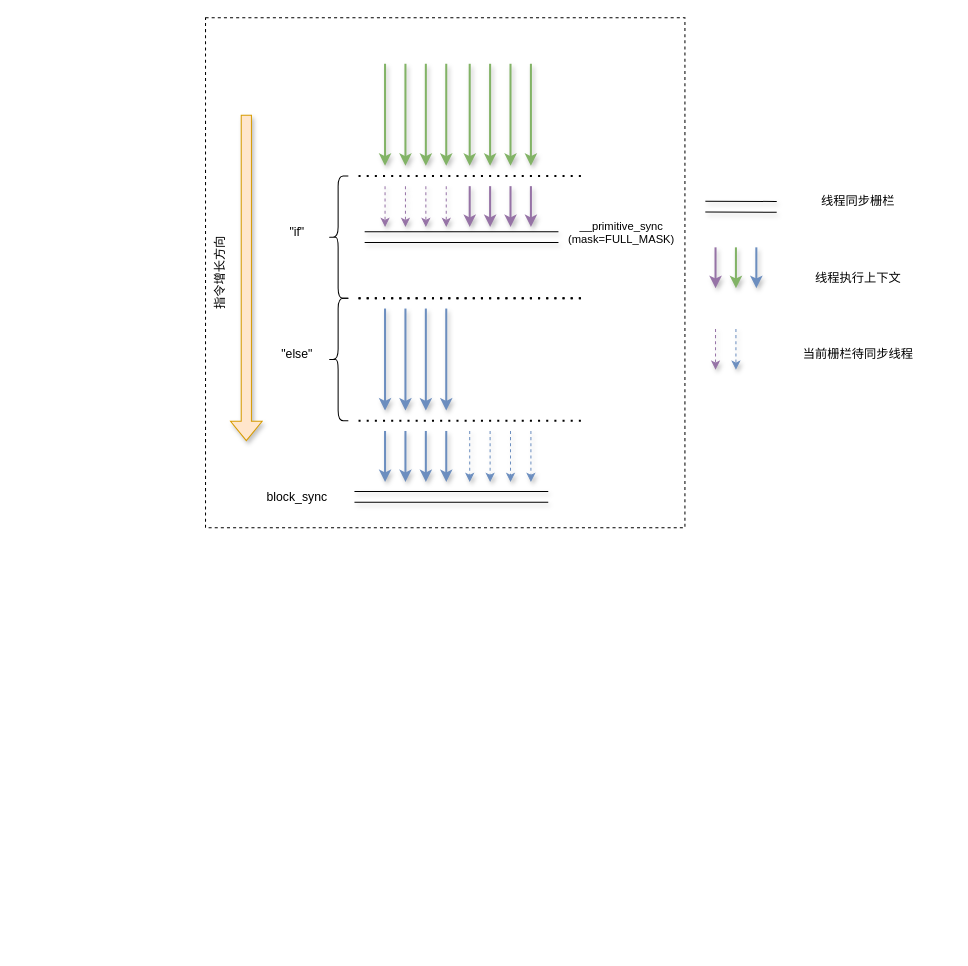
Earlier version of the draw.io diagram warp-divergence.drawio (spaceboy202105/img). Source tidied: cells renumbered, new cells numbered last; positions are measured from the earlier drawing's top-left corner, leaving out a move shared by most shapes. Both pictures are drawn from the tidied source at 102%, with x=0, y=0 at pixel (154, 17).
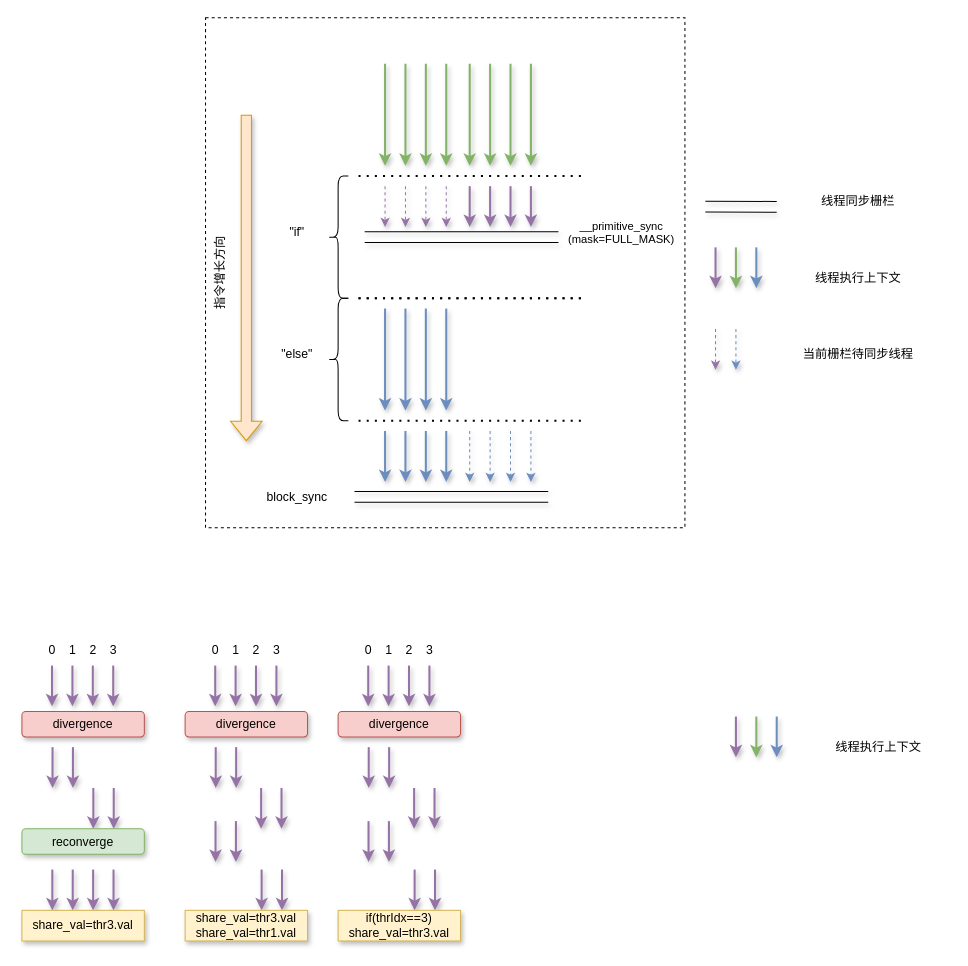
After the change.

The edit, as a diff of the source:
```diff
@@
+    <mxCell id="54" style="endArrow=classic;html=1;rounded=0;strokeWidth=2;fillColor=#e1d5e7;strokeColor=#9673a6;shadow=1;" parent="1" edge="1">
+      <mxGeometry relative="1" as="geometry">
+        <mxPoint x="570" y="685" as="sourcePoint" />
+        <mxPoint x="570" y="725" as="targetPoint" />
+      </mxGeometry>
+    </mxCell>
+    <mxCell id="55" style="endArrow=classic;html=1;rounded=0;strokeWidth=2;fillColor=#d5e8d4;strokeColor=#82b366;shadow=1;" parent="1" edge="1">
+      <mxGeometry relative="1" as="geometry">
+        <mxPoint x="590" y="685" as="sourcePoint" />
+        <mxPoint x="590" y="725" as="targetPoint" />
+      </mxGeometry>
+    </mxCell>
+    <mxCell id="56" style="endArrow=classic;html=1;rounded=0;strokeWidth=2;fillColor=#dae8fc;strokeColor=#6c8ebf;shadow=1;" parent="1" edge="1">
+      <mxGeometry relative="1" as="geometry">
+        <mxPoint x="610" y="685" as="sourcePoint" />
+        <mxPoint x="610" y="725" as="targetPoint" />
+      </mxGeometry>
+    </mxCell>
+    <mxCell id="57" value="线程执行上下文" style="text;html=1;align=center;verticalAlign=middle;whiteSpace=wrap;rounded=0;" parent="1" vertex="1">
+      <mxGeometry x="640" y="700" width="140" height="30" as="geometry" />
+    </mxCell>
+    <mxCell id="58" style="endArrow=classic;html=1;rounded=0;strokeWidth=2;fillColor=#e1d5e7;strokeColor=#9673a6;shadow=1;" parent="1" edge="1">
+      <mxGeometry relative="1" as="geometry">
+        <mxPoint x="-100.5" y="635" as="sourcePoint" />
+        <mxPoint x="-100.5" y="675" as="targetPoint" />
+      </mxGeometry>
+    </mxCell>
+    <mxCell id="59" style="endArrow=classic;html=1;rounded=0;strokeWidth=2;fillColor=#e1d5e7;strokeColor=#9673a6;shadow=1;" parent="1" edge="1">
+      <mxGeometry relative="1" as="geometry">
+        <mxPoint x="-80.5" y="635" as="sourcePoint" />
+        <mxPoint x="-80.5" y="675" as="targetPoint" />
+      </mxGeometry>
+    </mxCell>
+    <mxCell id="60" style="endArrow=classic;html=1;rounded=0;strokeWidth=2;fillColor=#e1d5e7;strokeColor=#9673a6;shadow=1;" parent="1" edge="1">
+      <mxGeometry relative="1" as="geometry">
+        <mxPoint x="-60.5" y="635" as="sourcePoint" />
+        <mxPoint x="-60.5" y="675" as="targetPoint" />
+      </mxGeometry>
+    </mxCell>
+    <mxCell id="61" style="endArrow=classic;html=1;rounded=0;strokeWidth=2;fillColor=#e1d5e7;strokeColor=#9673a6;shadow=1;" parent="1" edge="1">
+      <mxGeometry relative="1" as="geometry">
+        <mxPoint x="-40.5" y="635" as="sourcePoint" />
+        <mxPoint x="-40.5" y="675" as="targetPoint" />
+      </mxGeometry>
+    </mxCell>
+    <mxCell id="62" value="divergence" style="rounded=1;whiteSpace=wrap;html=1;fillColor=#f8cecc;strokeColor=#b85450;shadow=1;" parent="1" vertex="1">
+      <mxGeometry x="-130" y="680" width="120" height="25" as="geometry" />
+    </mxCell>
+    <mxCell id="63" style="endArrow=classic;html=1;rounded=0;strokeWidth=2;fillColor=#e1d5e7;strokeColor=#9673a6;shadow=1;" parent="1" edge="1">
+      <mxGeometry relative="1" as="geometry">
+        <mxPoint x="-100" y="715" as="sourcePoint" />
+        <mxPoint x="-100" y="755" as="targetPoint" />
+      </mxGeometry>
+    </mxCell>
+    <mxCell id="64" style="endArrow=classic;html=1;rounded=0;strokeWidth=2;fillColor=#e1d5e7;strokeColor=#9673a6;shadow=1;" parent="1" edge="1">
+      <mxGeometry relative="1" as="geometry">
+        <mxPoint x="-80" y="715" as="sourcePoint" />
+        <mxPoint x="-80" y="755" as="targetPoint" />
+      </mxGeometry>
+    </mxCell>
+    <mxCell id="65" style="endArrow=classic;html=1;rounded=0;strokeWidth=2;fillColor=#e1d5e7;strokeColor=#9673a6;shadow=1;" parent="1" edge="1">
+      <mxGeometry relative="1" as="geometry">
+        <mxPoint x="-60" y="755" as="sourcePoint" />
+        <mxPoint x="-60" y="795" as="targetPoint" />
+      </mxGeometry>
+    </mxCell>
+    <mxCell id="66" style="endArrow=classic;html=1;rounded=0;strokeWidth=2;fillColor=#e1d5e7;strokeColor=#9673a6;shadow=1;" parent="1" edge="1">
+      <mxGeometry relative="1" as="geometry">
+        <mxPoint x="-40" y="755" as="sourcePoint" />
+        <mxPoint x="-40" y="795" as="targetPoint" />
+      </mxGeometry>
+    </mxCell>
+    <mxCell id="67" value="reconverge" style="rounded=1;whiteSpace=wrap;html=1;fillColor=#d5e8d4;strokeColor=#82b366;shadow=1;" parent="1" vertex="1">
+      <mxGeometry x="-130" y="795" width="120" height="25" as="geometry" />
+    </mxCell>
+    <mxCell id="68" style="endArrow=classic;html=1;rounded=0;strokeWidth=2;fillColor=#e1d5e7;strokeColor=#9673a6;shadow=1;" parent="1" edge="1">
+      <mxGeometry relative="1" as="geometry">
+        <mxPoint x="-100.2" y="835" as="sourcePoint" />
+        <mxPoint x="-100.2" y="875" as="targetPoint" />
+      </mxGeometry>
+    </mxCell>
+    <mxCell id="69" style="endArrow=classic;html=1;rounded=0;strokeWidth=2;fillColor=#e1d5e7;strokeColor=#9673a6;shadow=1;" parent="1" edge="1">
+      <mxGeometry relative="1" as="geometry">
+        <mxPoint x="-80.2" y="835" as="sourcePoint" />
+        <mxPoint x="-80.2" y="875" as="targetPoint" />
+      </mxGeometry>
+    </mxCell>
+    <mxCell id="70" style="endArrow=classic;html=1;rounded=0;strokeWidth=2;fillColor=#e1d5e7;strokeColor=#9673a6;shadow=1;" parent="1" edge="1">
+      <mxGeometry relative="1" as="geometry">
+        <mxPoint x="-60.2" y="835" as="sourcePoint" />
+        <mxPoint x="-60.2" y="875" as="targetPoint" />
+      </mxGeometry>
+    </mxCell>
+    <mxCell id="71" style="endArrow=classic;html=1;rounded=0;strokeWidth=2;fillColor=#e1d5e7;strokeColor=#9673a6;shadow=1;" parent="1" edge="1">
+      <mxGeometry relative="1" as="geometry">
+        <mxPoint x="-40.2" y="835" as="sourcePoint" />
+        <mxPoint x="-40.2" y="875" as="targetPoint" />
+      </mxGeometry>
+    </mxCell>
+    <mxCell id="72" value="share_val=thr3.val" style="rounded=0;whiteSpace=wrap;html=1;shadow=1;fillColor=#fff2cc;strokeColor=#d6b656;" parent="1" vertex="1">
+      <mxGeometry x="-130" y="875" width="120" height="30" as="geometry" />
+    </mxCell>
+    <mxCell id="73" style="endArrow=classic;html=1;rounded=0;strokeWidth=2;fillColor=#e1d5e7;strokeColor=#9673a6;shadow=1;" parent="1" edge="1">
+      <mxGeometry relative="1" as="geometry">
+        <mxPoint x="59.5" y="635" as="sourcePoint" />
+        <mxPoint x="59.5" y="675" as="targetPoint" />
+      </mxGeometry>
+    </mxCell>
+    <mxCell id="74" style="endArrow=classic;html=1;rounded=0;strokeWidth=2;fillColor=#e1d5e7;strokeColor=#9673a6;shadow=1;" parent="1" edge="1">
+      <mxGeometry relative="1" as="geometry">
+        <mxPoint x="79.5" y="635" as="sourcePoint" />
+        <mxPoint x="79.5" y="675" as="targetPoint" />
+      </mxGeometry>
+    </mxCell>
+    <mxCell id="75" style="endArrow=classic;html=1;rounded=0;strokeWidth=2;fillColor=#e1d5e7;strokeColor=#9673a6;shadow=1;" parent="1" edge="1">
+      <mxGeometry relative="1" as="geometry">
+        <mxPoint x="99.5" y="635" as="sourcePoint" />
+        <mxPoint x="99.5" y="675" as="targetPoint" />
+      </mxGeometry>
+    </mxCell>
+    <mxCell id="76" style="endArrow=classic;html=1;rounded=0;strokeWidth=2;fillColor=#e1d5e7;strokeColor=#9673a6;shadow=1;" parent="1" edge="1">
+      <mxGeometry relative="1" as="geometry">
+        <mxPoint x="119.5" y="635" as="sourcePoint" />
+        <mxPoint x="119.5" y="675" as="targetPoint" />
+      </mxGeometry>
+    </mxCell>
+    <mxCell id="77" value="divergence" style="rounded=1;whiteSpace=wrap;html=1;fillColor=#f8cecc;strokeColor=#b85450;shadow=1;" parent="1" vertex="1">
+      <mxGeometry x="30" y="680" width="120" height="25" as="geometry" />
+    </mxCell>
+    <mxCell id="78" style="endArrow=classic;html=1;rounded=0;strokeWidth=2;fillColor=#e1d5e7;strokeColor=#9673a6;shadow=1;" parent="1" edge="1">
+      <mxGeometry relative="1" as="geometry">
+        <mxPoint x="60" y="715" as="sourcePoint" />
+        <mxPoint x="60" y="755" as="targetPoint" />
+      </mxGeometry>
+    </mxCell>
+    <mxCell id="79" style="endArrow=classic;html=1;rounded=0;strokeWidth=2;fillColor=#e1d5e7;strokeColor=#9673a6;shadow=1;" parent="1" edge="1">
+      <mxGeometry relative="1" as="geometry">
+        <mxPoint x="80" y="715" as="sourcePoint" />
+        <mxPoint x="80" y="755" as="targetPoint" />
+      </mxGeometry>
+    </mxCell>
+    <mxCell id="80" style="endArrow=classic;html=1;rounded=0;strokeWidth=2;fillColor=#e1d5e7;strokeColor=#9673a6;shadow=1;" parent="1" edge="1">
+      <mxGeometry relative="1" as="geometry">
+        <mxPoint x="104.5" y="755" as="sourcePoint" />
+        <mxPoint x="104.5" y="795" as="targetPoint" />
+      </mxGeometry>
+    </mxCell>
+    <mxCell id="81" style="endArrow=classic;html=1;rounded=0;strokeWidth=2;fillColor=#e1d5e7;strokeColor=#9673a6;shadow=1;" parent="1" edge="1">
+      <mxGeometry relative="1" as="geometry">
+        <mxPoint x="124.5" y="755" as="sourcePoint" />
+        <mxPoint x="124.5" y="795" as="targetPoint" />
+      </mxGeometry>
+    </mxCell>
+    <mxCell id="82" style="endArrow=classic;html=1;rounded=0;strokeWidth=2;fillColor=#e1d5e7;strokeColor=#9673a6;shadow=1;" parent="1" edge="1">
+      <mxGeometry relative="1" as="geometry">
+        <mxPoint x="59.8" y="787.5" as="sourcePoint" />
+        <mxPoint x="59.8" y="827.5" as="targetPoint" />
+      </mxGeometry>
+    </mxCell>
+    <mxCell id="83" style="endArrow=classic;html=1;rounded=0;strokeWidth=2;fillColor=#e1d5e7;strokeColor=#9673a6;shadow=1;" parent="1" edge="1">
+      <mxGeometry relative="1" as="geometry">
+        <mxPoint x="79.8" y="787.5" as="sourcePoint" />
+        <mxPoint x="79.8" y="827.5" as="targetPoint" />
+      </mxGeometry>
+    </mxCell>
+    <mxCell id="84" style="endArrow=classic;html=1;rounded=0;strokeWidth=2;fillColor=#e1d5e7;strokeColor=#9673a6;shadow=1;" parent="1" edge="1">
+      <mxGeometry relative="1" as="geometry">
+        <mxPoint x="105" y="835" as="sourcePoint" />
+        <mxPoint x="105" y="875" as="targetPoint" />
+      </mxGeometry>
+    </mxCell>
+    <mxCell id="85" style="endArrow=classic;html=1;rounded=0;strokeWidth=2;fillColor=#e1d5e7;strokeColor=#9673a6;shadow=1;" parent="1" edge="1">
+      <mxGeometry relative="1" as="geometry">
+        <mxPoint x="125" y="835" as="sourcePoint" />
+        <mxPoint x="125" y="875" as="targetPoint" />
+      </mxGeometry>
+    </mxCell>
+    <mxCell id="86" value="share_val=thr3.val&lt;div&gt;share_val=thr1.val&lt;/div&gt;" style="rounded=0;whiteSpace=wrap;html=1;shadow=1;fillColor=#fff2cc;strokeColor=#d6b656;" parent="1" vertex="1">
+      <mxGeometry x="30" y="875" width="120" height="30" as="geometry" />
+    </mxCell>
+    <mxCell id="87" value="0&amp;nbsp; &amp;nbsp; 1&amp;nbsp; &amp;nbsp; 2&amp;nbsp; &amp;nbsp; 3" style="text;html=1;align=center;verticalAlign=middle;whiteSpace=wrap;rounded=0;" parent="1" vertex="1">
+      <mxGeometry x="-120" y="605" width="100" height="30" as="geometry" />
+    </mxCell>
+    <mxCell id="88" value="0&amp;nbsp; &amp;nbsp; 1&amp;nbsp; &amp;nbsp; 2&amp;nbsp; &amp;nbsp; 3" style="text;html=1;align=center;verticalAlign=middle;whiteSpace=wrap;rounded=0;" parent="1" vertex="1">
+      <mxGeometry x="40" y="605" width="100" height="30" as="geometry" />
+    </mxCell>
+    <mxCell id="89" style="endArrow=classic;html=1;rounded=0;strokeWidth=2;fillColor=#e1d5e7;strokeColor=#9673a6;shadow=1;" parent="1" edge="1">
+      <mxGeometry relative="1" as="geometry">
+        <mxPoint x="209.5" y="635" as="sourcePoint" />
+        <mxPoint x="209.5" y="675" as="targetPoint" />
+      </mxGeometry>
+    </mxCell>
+    <mxCell id="90" style="endArrow=classic;html=1;rounded=0;strokeWidth=2;fillColor=#e1d5e7;strokeColor=#9673a6;shadow=1;" parent="1" edge="1">
+      <mxGeometry relative="1" as="geometry">
+        <mxPoint x="229.5" y="635" as="sourcePoint" />
+        <mxPoint x="229.5" y="675" as="targetPoint" />
+      </mxGeometry>
+    </mxCell>
+    <mxCell id="91" style="endArrow=classic;html=1;rounded=0;strokeWidth=2;fillColor=#e1d5e7;strokeColor=#9673a6;shadow=1;" parent="1" edge="1">
+      <mxGeometry relative="1" as="geometry">
+        <mxPoint x="249.5" y="635" as="sourcePoint" />
+        <mxPoint x="249.5" y="675" as="targetPoint" />
+      </mxGeometry>
+    </mxCell>
+    <mxCell id="92" style="endArrow=classic;html=1;rounded=0;strokeWidth=2;fillColor=#e1d5e7;strokeColor=#9673a6;shadow=1;" parent="1" edge="1">
+      <mxGeometry relative="1" as="geometry">
+        <mxPoint x="269.5" y="635" as="sourcePoint" />
+        <mxPoint x="269.5" y="675" as="targetPoint" />
+      </mxGeometry>
+    </mxCell>
+    <mxCell id="93" value="divergence" style="rounded=1;whiteSpace=wrap;html=1;fillColor=#f8cecc;strokeColor=#b85450;shadow=1;" parent="1" vertex="1">
+      <mxGeometry x="180" y="680" width="120" height="25" as="geometry" />
+    </mxCell>
+    <mxCell id="94" style="endArrow=classic;html=1;rounded=0;strokeWidth=2;fillColor=#e1d5e7;strokeColor=#9673a6;shadow=1;" parent="1" edge="1">
+      <mxGeometry relative="1" as="geometry">
+        <mxPoint x="210" y="715" as="sourcePoint" />
+        <mxPoint x="210" y="755" as="targetPoint" />
+      </mxGeometry>
+    </mxCell>
+    <mxCell id="95" style="endArrow=classic;html=1;rounded=0;strokeWidth=2;fillColor=#e1d5e7;strokeColor=#9673a6;shadow=1;" parent="1" edge="1">
+      <mxGeometry relative="1" as="geometry">
+        <mxPoint x="230" y="715" as="sourcePoint" />
+        <mxPoint x="230" y="755" as="targetPoint" />
+      </mxGeometry>
+    </mxCell>
+    <mxCell id="96" style="endArrow=classic;html=1;rounded=0;strokeWidth=2;fillColor=#e1d5e7;strokeColor=#9673a6;shadow=1;" parent="1" edge="1">
+      <mxGeometry relative="1" as="geometry">
+        <mxPoint x="254.5" y="755" as="sourcePoint" />
+        <mxPoint x="254.5" y="795" as="targetPoint" />
+      </mxGeometry>
+    </mxCell>
+    <mxCell id="97" style="endArrow=classic;html=1;rounded=0;strokeWidth=2;fillColor=#e1d5e7;strokeColor=#9673a6;shadow=1;" parent="1" edge="1">
+      <mxGeometry relative="1" as="geometry">
+        <mxPoint x="274.5" y="755" as="sourcePoint" />
+        <mxPoint x="274.5" y="795" as="targetPoint" />
+      </mxGeometry>
+    </mxCell>
+    <mxCell id="98" style="endArrow=classic;html=1;rounded=0;strokeWidth=2;fillColor=#e1d5e7;strokeColor=#9673a6;shadow=1;" parent="1" edge="1">
+      <mxGeometry relative="1" as="geometry">
+        <mxPoint x="209.8" y="787.5" as="sourcePoint" />
+        <mxPoint x="209.8" y="827.5" as="targetPoint" />
+      </mxGeometry>
+    </mxCell>
+    <mxCell id="99" style="endArrow=classic;html=1;rounded=0;strokeWidth=2;fillColor=#e1d5e7;strokeColor=#9673a6;shadow=1;" parent="1" edge="1">
+      <mxGeometry relative="1" as="geometry">
+        <mxPoint x="229.8" y="787.5" as="sourcePoint" />
+        <mxPoint x="229.8" y="827.5" as="targetPoint" />
+      </mxGeometry>
+    </mxCell>
+    <mxCell id="100" style="endArrow=classic;html=1;rounded=0;strokeWidth=2;fillColor=#e1d5e7;strokeColor=#9673a6;shadow=1;" parent="1" edge="1">
+      <mxGeometry relative="1" as="geometry">
+        <mxPoint x="255" y="835" as="sourcePoint" />
+        <mxPoint x="255" y="875" as="targetPoint" />
+      </mxGeometry>
+    </mxCell>
+    <mxCell id="101" style="endArrow=classic;html=1;rounded=0;strokeWidth=2;fillColor=#e1d5e7;strokeColor=#9673a6;shadow=1;" parent="1" edge="1">
+      <mxGeometry relative="1" as="geometry">
+        <mxPoint x="275" y="835" as="sourcePoint" />
+        <mxPoint x="275" y="875" as="targetPoint" />
+      </mxGeometry>
+    </mxCell>
+    <mxCell id="102" value="&lt;div&gt;if(thrIdx==3)&lt;/div&gt;share_val=thr3.val" style="rounded=0;whiteSpace=wrap;html=1;shadow=1;fillColor=#fff2cc;strokeColor=#d6b656;" parent="1" vertex="1">
+      <mxGeometry x="180" y="875" width="120" height="30" as="geometry" />
+    </mxCell>
+    <mxCell id="103" value="0&amp;nbsp; &amp;nbsp; 1&amp;nbsp; &amp;nbsp; 2&amp;nbsp; &amp;nbsp; 3" style="text;html=1;align=center;verticalAlign=middle;whiteSpace=wrap;rounded=0;" parent="1" vertex="1">
+      <mxGeometry x="190" y="605" width="100" height="30" as="geometry" />
+    </mxCell>
```
